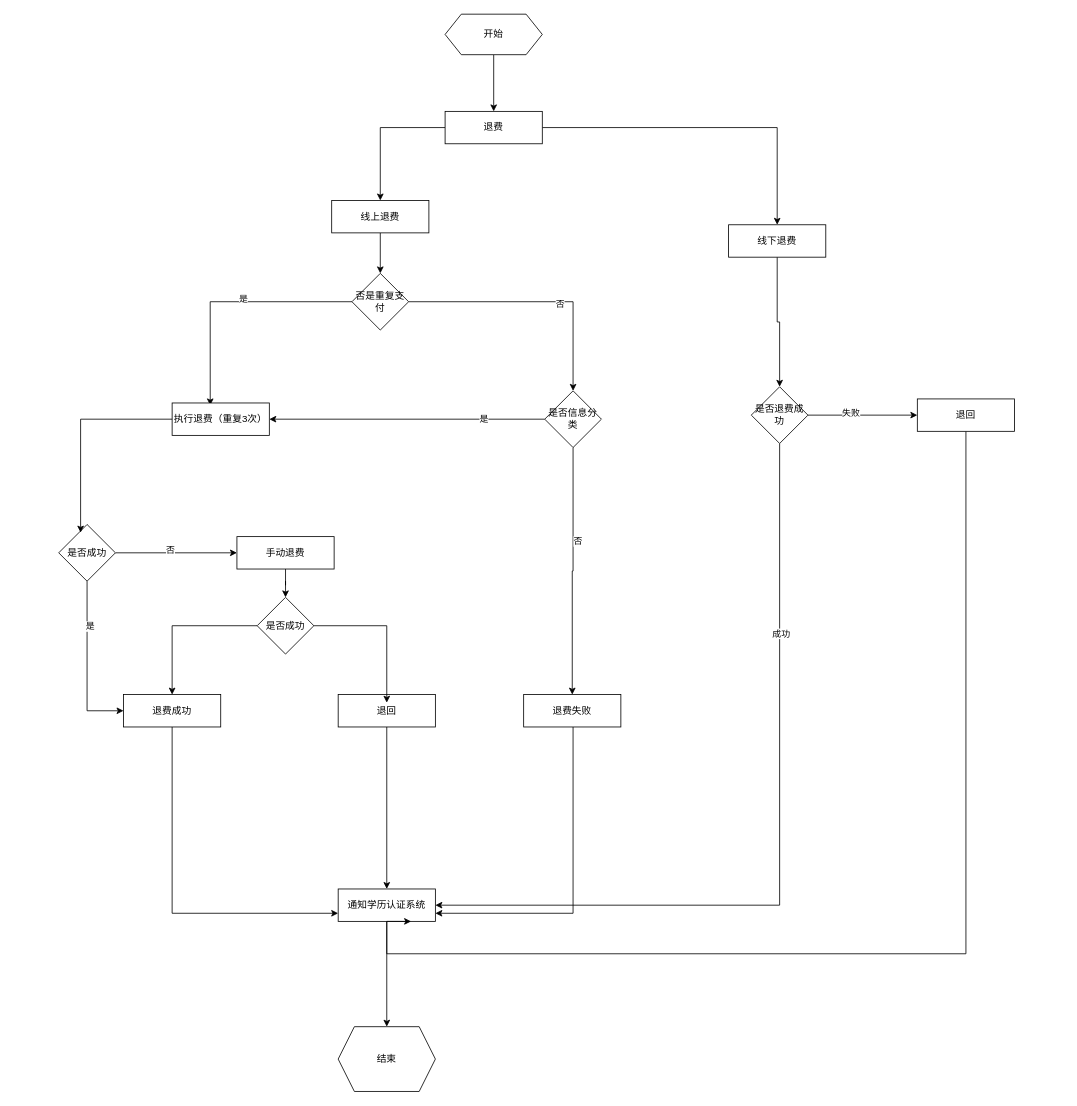
Before: 未命名绘图.drawio in zhangfengman/autoJs, a draw.io diagram. Source tidied: cells renumbered, new cells numbered last; positions are measured from the earlier drawing's top-left corner, leaving out a move shared by most shapes. Both pictures are drawn from the tidied source at 81%, with x=0, y=0 at pixel (58, 14).
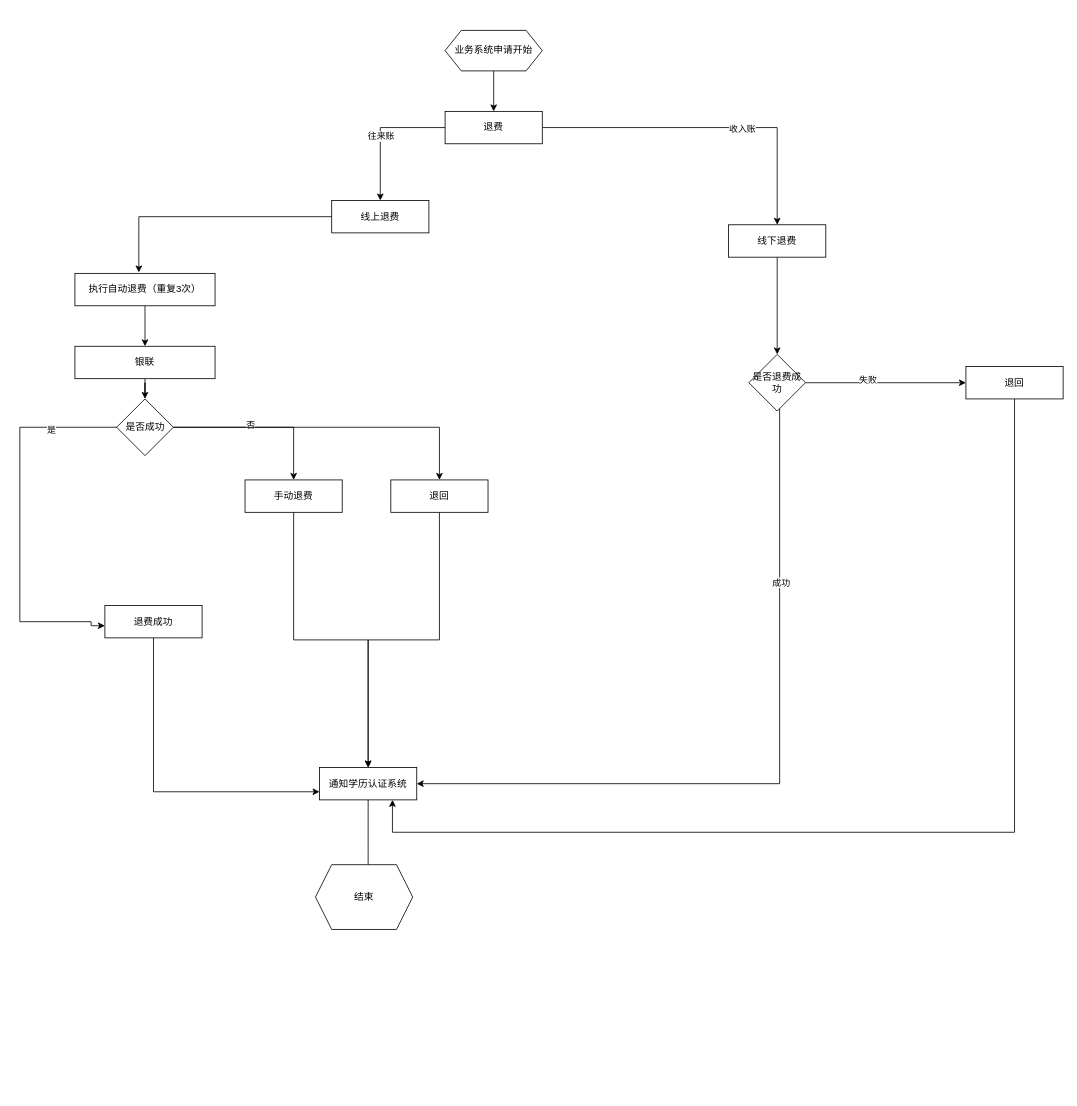
The same diagram, later.

Commit message:
更新未命名绘图.drawio

The change refers to these unchanged cells:
```xml
<mxCell id="2" style="edgeStyle=orthogonalEdgeStyle;rounded=0;jettySize=auto;html=1;" parent="1" edge="1" source="4" target="6">
  <mxGeometry relative="1" as="geometry" />
</mxCell>
<mxCell id="3" style="edgeStyle=orthogonalEdgeStyle;rounded=0;jettySize=auto;html=1;" parent="1" edge="1" source="4" target="8">
  <mxGeometry relative="1" as="geometry" />
</mxCell>
<mxCell id="6" value="线上退费" style="rounded=0;whiteSpace=wrap;html=1;" parent="1" vertex="1">
  <mxGeometry x="337" y="230" width="120" height="40" as="geometry" />
</mxCell>
```

Diff of the diagram source:
```diff
@@
+    <mxCell id="49" value="往来账" style="edgeLabel;html=1;align=center;verticalAlign=middle;" parent="2" vertex="1">
+      <mxGeometry x="0.06" relative="1" as="geometry" />
+    </mxCell>
@@
+    <mxCell id="50" value="收入账" style="edgeLabel;html=1;align=center;verticalAlign=middle;" parent="3" vertex="1">
+      <mxGeometry x="0.2" y="-1" relative="1" as="geometry" />
+    </mxCell>
@@
-    <mxCell id="5" style="edgeStyle=orthogonalEdgeStyle;rounded=0;jettySize=auto;html=1;entryX=0.5;entryY=0;entryDx=0;entryDy=0;" parent="1" edge="1" source="6" target="13">
+    <mxCell id="5" style="edgeStyle=orthogonalEdgeStyle;rounded=0;jettySize=auto;html=1;entryX=0.456;entryY=-0.029;entryDx=0;entryDy=0;entryPerimeter=0;" parent="1" edge="1" source="6" target="14">
       <mxGeometry relative="1" as="geometry" />
     </mxCell>
@@
-    <mxCell id="9" style="edgeStyle=orthogonalEdgeStyle;rounded=0;jettySize=auto;html=1;entryX=0.392;entryY=0.075;entryDx=0;entryDy=0;entryPerimeter=0;" parent="1" edge="1" source="13" target="14">
-      <mxGeometry relative="1" as="geometry" />
-    </mxCell>
-    <mxCell id="10" value="是" style="edgeLabel;html=1;align=center;verticalAlign=middle;" parent="9" vertex="1">
-      <mxGeometry x="-0.11" y="-4" relative="1" as="geometry" />
-    </mxCell>
-    <mxCell id="11" style="edgeStyle=orthogonalEdgeStyle;rounded=0;jettySize=auto;html=1;entryX=0.5;entryY=0;entryDx=0;entryDy=0;" parent="1" edge="1" source="13" target="36">
-      <mxGeometry relative="1" as="geometry" />
-    </mxCell>
-    <mxCell id="12" value="否" style="edgeLabel;html=1;align=center;verticalAlign=middle;" parent="11" vertex="1">
-      <mxGeometry x="0.19" y="-2" relative="1" as="geometry" />
-    </mxCell>
-    <mxCell id="13" value="否是重复支付" style="rhombus;whiteSpace=wrap;html=1;" parent="1" vertex="1">
-      <mxGeometry x="362" y="320" width="70" height="70" as="geometry" />
-    </mxCell>
+    <mxCell id="51" style="edgeStyle=orthogonalEdgeStyle;rounded=0;jettySize=auto;html=1;" parent="1" edge="1" source="14" target="55">
+      <mxGeometry relative="1" as="geometry" />
+    </mxCell>
-    <mxCell id="14" value="执行退费（重复3次）" style="rounded=0;whiteSpace=wrap;html=1;" parent="1" vertex="1">
-      <mxGeometry x="140" y="480" width="120" height="40" as="geometry" />
+    <mxCell id="14" value="执行自动退费（重复3次）" style="rounded=0;whiteSpace=wrap;html=1;" parent="1" vertex="1">
+      <mxGeometry x="20" y="320" width="173" height="40" as="geometry" />
     </mxCell>
-    <mxCell id="15" style="edgeStyle=orthogonalEdgeStyle;rounded=0;jettySize=auto;html=1;" parent="1" edge="1" source="19" target="21">
+    <mxCell id="15" style="edgeStyle=orthogonalEdgeStyle;rounded=0;jettySize=auto;html=1;exitX=0.479;exitY=0.924;exitDx=0;exitDy=0;exitPerimeter=0;" parent="1" edge="1" source="19">
       <mxGeometry relative="1" as="geometry">
+        <mxPoint x="57" y="755" as="targetPoint" />
         <Array as="points">
-          <mxPoint x="35" y="860" />
+          <mxPoint x="105" y="510" />
+          <mxPoint x="-48" y="510" />
+          <mxPoint x="-48" y="750" />
+          <mxPoint x="40" y="750" />
+          <mxPoint x="40" y="755" />
         </Array>
       </mxGeometry>
     </mxCell>
@@
+    <mxCell id="52" style="edgeStyle=orthogonalEdgeStyle;rounded=0;jettySize=auto;html=1;" parent="1" edge="1" source="19" target="30">
+      <mxGeometry relative="1" as="geometry" />
+    </mxCell>
     <mxCell id="19" value="是否成功" style="rhombus;whiteSpace=wrap;html=1;" parent="1" vertex="1">
-      <mxGeometry y="630" width="70" height="70" as="geometry" />
+      <mxGeometry x="71.5" y="475" width="70" height="70" as="geometry" />
     </mxCell>
     <mxCell id="20" style="edgeStyle=orthogonalEdgeStyle;rounded=0;jettySize=auto;html=1;" parent="1" edge="1" source="21" target="23">
       <mxGeometry relative="1" as="geometry">
         <Array as="points">
-          <mxPoint x="140" y="1110" />
+          <mxPoint x="117" y="960" />
         </Array>
       </mxGeometry>
     </mxCell>
     <mxCell id="21" value="退费成功" style="rounded=0;whiteSpace=wrap;html=1;" parent="1" vertex="1">
-      <mxGeometry x="80" y="840" width="120" height="40" as="geometry" />
+      <mxGeometry x="57" y="730" width="120" height="40" as="geometry" />
     </mxCell>
-    <mxCell id="22" style="edgeStyle=orthogonalEdgeStyle;rounded=0;jettySize=auto;html=1;" parent="1" edge="1" source="23" target="46">
-      <mxGeometry relative="1" as="geometry" />
+    <mxCell id="22" style="edgeStyle=orthogonalEdgeStyle;rounded=0;jettySize=auto;html=1;" parent="1" edge="1" source="23">
+      <mxGeometry relative="1" as="geometry">
+        <mxPoint x="382" y="1100" as="targetPoint" />
+      </mxGeometry>
     </mxCell>
     <mxCell id="23" value="通知学历认证系统" style="rounded=0;whiteSpace=wrap;html=1;" parent="1" vertex="1">
-      <mxGeometry x="345" y="1080" width="120" height="40" as="geometry" />
+      <mxGeometry x="322" y="930" width="120" height="40" as="geometry" />
     </mxCell>
-    <mxCell id="24" style="edgeStyle=orthogonalEdgeStyle;rounded=0;jettySize=auto;html=1;entryX=0.386;entryY=0.143;entryDx=0;entryDy=0;entryPerimeter=0;" parent="1" edge="1" source="14" target="19">
-      <mxGeometry relative="1" as="geometry" />
-    </mxCell>
-    <mxCell id="25" style="edgeStyle=orthogonalEdgeStyle;rounded=0;jettySize=auto;html=1;" parent="1" edge="1" source="26" target="28">
-      <mxGeometry relative="1" as="geometry" />
-    </mxCell>
+    <mxCell id="53" style="edgeStyle=orthogonalEdgeStyle;rounded=0;jettySize=auto;html=1;" parent="1" edge="1" source="26" target="23">
+      <mxGeometry relative="1" as="geometry" />
+    </mxCell>
     <mxCell id="26" value="手动退费" style="rounded=0;whiteSpace=wrap;html=1;" parent="1" vertex="1">
-      <mxGeometry x="220" y="645" width="120" height="40" as="geometry" />
+      <mxGeometry x="230" y="575" width="120" height="40" as="geometry" />
     </mxCell>
-    <mxCell id="27" style="edgeStyle=orthogonalEdgeStyle;rounded=0;jettySize=auto;html=1;" parent="1" edge="1" source="28" target="21">
-      <mxGeometry relative="1" as="geometry" />
-    </mxCell>
-    <mxCell id="28" value="是否成功" style="rhombus;whiteSpace=wrap;html=1;" parent="1" vertex="1">
-      <mxGeometry x="245" y="720" width="70" height="70" as="geometry" />
-    </mxCell>
@@
     <mxCell id="30" value="退回" style="rounded=0;whiteSpace=wrap;html=1;" parent="1" vertex="1">
-      <mxGeometry x="345" y="840" width="120" height="40" as="geometry" />
+      <mxGeometry x="410" y="575" width="120" height="40" as="geometry" />
     </mxCell>
-    <mxCell id="31" style="edgeStyle=orthogonalEdgeStyle;rounded=0;jettySize=auto;html=1;entryX=0.5;entryY=0.25;entryDx=0;entryDy=0;entryPerimeter=0;" parent="1" edge="1" source="28" target="30">
-      <mxGeometry relative="1" as="geometry" />
-    </mxCell>
-    <mxCell id="32" style="edgeStyle=orthogonalEdgeStyle;rounded=0;jettySize=auto;html=1;entryX=0.5;entryY=0;entryDx=0;entryDy=0;" parent="1" edge="1" source="36" target="38">
-      <mxGeometry relative="1" as="geometry" />
-    </mxCell>
-    <mxCell id="33" value="否" style="edgeLabel;html=1;align=center;verticalAlign=middle;" parent="32" vertex="1">
-      <mxGeometry x="-0.25" y="5" relative="1" as="geometry" />
-    </mxCell>
-    <mxCell id="34" style="edgeStyle=orthogonalEdgeStyle;rounded=0;jettySize=auto;html=1;entryX=1;entryY=0.5;entryDx=0;entryDy=0;" parent="1" edge="1" source="36" target="14">
-      <mxGeometry relative="1" as="geometry" />
-    </mxCell>
-    <mxCell id="35" value="是" style="edgeLabel;html=1;align=center;verticalAlign=middle;" parent="34" vertex="1">
-      <mxGeometry x="-0.55" y="-1" relative="1" as="geometry" />
-    </mxCell>
-    <mxCell id="36" value="是否信息分类" style="rhombus;whiteSpace=wrap;html=1;" parent="1" vertex="1">
-      <mxGeometry x="600" y="465" width="70" height="70" as="geometry" />
-    </mxCell>
-    <mxCell id="37" style="edgeStyle=orthogonalEdgeStyle;rounded=0;jettySize=auto;html=1;" parent="1" edge="1" source="38" target="23">
-      <mxGeometry relative="1" as="geometry">
-        <Array as="points">
-          <mxPoint x="635" y="1110" />
-        </Array>
-      </mxGeometry>
-    </mxCell>
-    <mxCell id="38" value="退费失败" style="rounded=0;whiteSpace=wrap;html=1;" parent="1" vertex="1">
-      <mxGeometry x="574" y="840" width="120" height="40" as="geometry" />
-    </mxCell>
     <mxCell id="39" style="edgeStyle=orthogonalEdgeStyle;rounded=0;jettySize=auto;html=1;" parent="1" edge="1" source="43" target="23">
       <mxGeometry relative="1" as="geometry">
         <Array as="points">
-          <mxPoint x="890" y="1100" />
+          <mxPoint x="890" y="950" />
         </Array>
       </mxGeometry>
     </mxCell>
@@
     <mxCell id="43" value="是否退费成功" style="rhombus;whiteSpace=wrap;html=1;" parent="1" vertex="1">
-      <mxGeometry x="855" y="460" width="70" height="70" as="geometry" />
+      <mxGeometry x="852" y="420" width="70" height="70" as="geometry" />
     </mxCell>
-    <mxCell id="44" style="edgeStyle=orthogonalEdgeStyle;rounded=0;jettySize=auto;html=1;entryX=0.75;entryY=1;entryDx=0;entryDy=0;" parent="1" edge="1" source="45" target="23">
+    <mxCell id="44" style="edgeStyle=orthogonalEdgeStyle;rounded=0;jettySize=auto;html=1;entryX=0.75;entryY=1;entryDx=0;entryDy=0;exitX=0.5;exitY=1;exitDx=0;exitDy=0;" parent="1" edge="1" source="45" target="23">
       <mxGeometry relative="1" as="geometry">
         <Array as="points">
-          <mxPoint x="1120" y="1160" />
-          <mxPoint x="405" y="1160" />
-          <mxPoint x="405" y="1120" />
+          <mxPoint x="1180" y="1010" />
+          <mxPoint x="412" y="1010" />
         </Array>
       </mxGeometry>
     </mxCell>
     <mxCell id="45" value="退回" style="rounded=0;whiteSpace=wrap;html=1;" parent="1" vertex="1">
-      <mxGeometry x="1060" y="475" width="120" height="40" as="geometry" />
+      <mxGeometry x="1120" y="435" width="120" height="40" as="geometry" />
     </mxCell>
     <mxCell id="46" value="结束" style="shape=hexagon;perimeter=hexagonPerimeter2;whiteSpace=wrap;html=1;fixedSize=1;" parent="1" vertex="1">
-      <mxGeometry x="345" y="1250" width="120" height="80" as="geometry" />
+      <mxGeometry x="317" y="1050" width="120" height="80" as="geometry" />
     </mxCell>
@@
-    <mxCell id="48" value="开始" style="shape=hexagon;perimeter=hexagonPerimeter2;whiteSpace=wrap;html=1;fixedSize=1;" parent="1" vertex="1">
-      <mxGeometry x="477" width="120" height="50" as="geometry" />
+    <mxCell id="48" value="业务系统申请开始" style="shape=hexagon;perimeter=hexagonPerimeter2;whiteSpace=wrap;html=1;fixedSize=1;" parent="1" vertex="1">
+      <mxGeometry x="477" y="20" width="120" height="50" as="geometry" />
     </mxCell>
+    <mxCell id="54" style="edgeStyle=orthogonalEdgeStyle;rounded=0;jettySize=auto;html=1;entryX=0.5;entryY=0;entryDx=0;entryDy=0;" parent="1" edge="1" source="55" target="19">
+      <mxGeometry relative="1" as="geometry" />
+    </mxCell>
+    <mxCell id="55" value="银联" style="rounded=0;whiteSpace=wrap;html=1;" parent="1" vertex="1">
+      <mxGeometry x="20" y="410" width="173" height="40" as="geometry" />
+    </mxCell>
```
